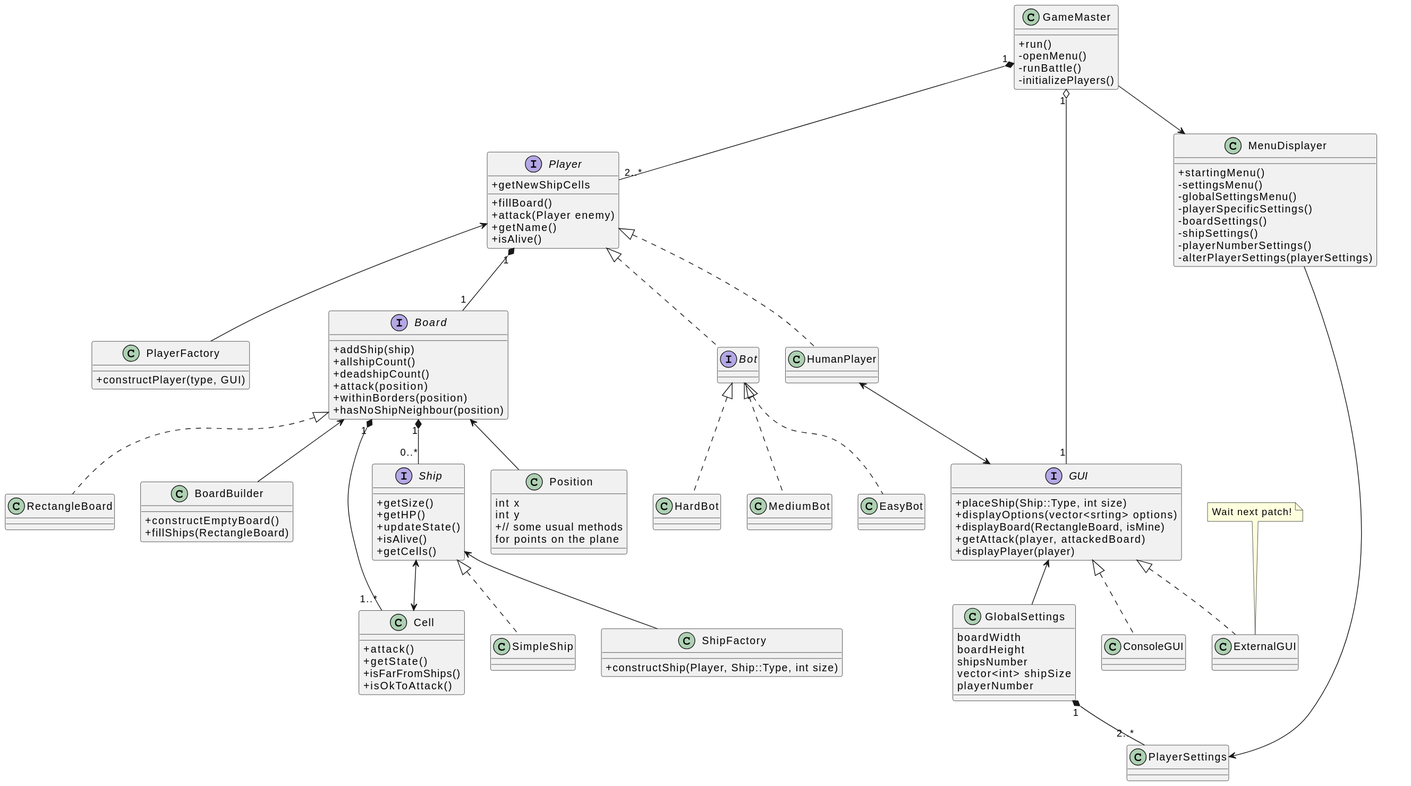
Above: ClassDiagram.svg in Fas0u1er/ATP_incident (PlantUML), before the change.
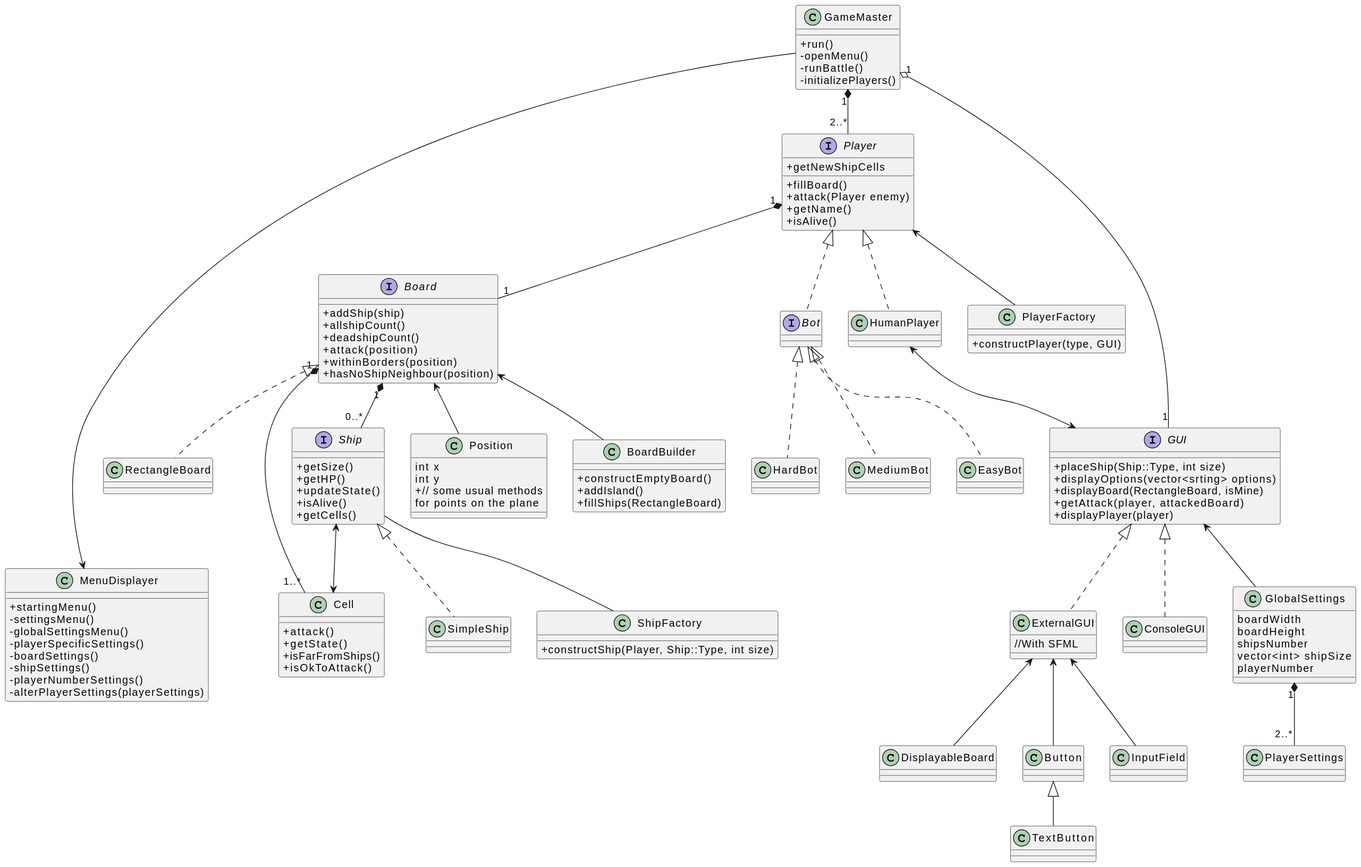
Later version of the same file.

Commit message:
ClassDiagram for checkpoint_3 updated

What changed in the source:
```diff
@@ -43,8 +43,18 @@
 }
 together {
 class ConsoleGUI {}
-class ExternalGUI {}
+class ExternalGUI {
+//With SFML
 }
+}
+
+together {
+class InputField{}
+class Button{}
+class TextButton{}
+class DisplayableBoard{}
+}
+
 together {
 class HumanPlayer {}
 interface Bot {}
@@ -58,7 +68,6 @@
 class PlayerFactory{
 +constructPlayer(type, GUI)
 }
-
 
 together {
 class Cell{
@@ -75,7 +84,7 @@
 +getCells()
 }
 }
-class SimpleShip {}
+
 
 class Position {
 int x
@@ -92,13 +101,19 @@
 }
 class BoardBuilder{
 +constructEmptyBoard()
++addIsland()
 +fillShips(RectangleBoard)
 }
+
+together {
 class ShipFactory {
 +constructShip(Player, Ship::Type, int size)
 }
+class SimpleShip {}
+}
+
 class PlayerSettings {}
-note top of ExternalGUI : Wait next patch!
+
 GameMaster "1" o-- "1" GUI
 GameMaster "1" *-- "2..*" Player
 GUI <|.. ExternalGUI
@@ -120,10 +135,15 @@
 
 Player <-- PlayerFactory
 Ship <--> Cell
-Ship <-- ShipFactory
+Ship <_- ShipFactory
 HumanPlayer <--> GUI
 GameMaster --> MenuDisplayer
-MenuDisplayer --> PlayerSettings
 
-Player -[hidden]> RectangleBoard
+Button <|-- TextButton
+
+ExternalGUI <-- Button
+ExternalGUI <-- InputField
+ExternalGUI <-- DisplayableBoard
+
+ShipFactory -[hidden]> MenuDisplayer
 @enduml
```
